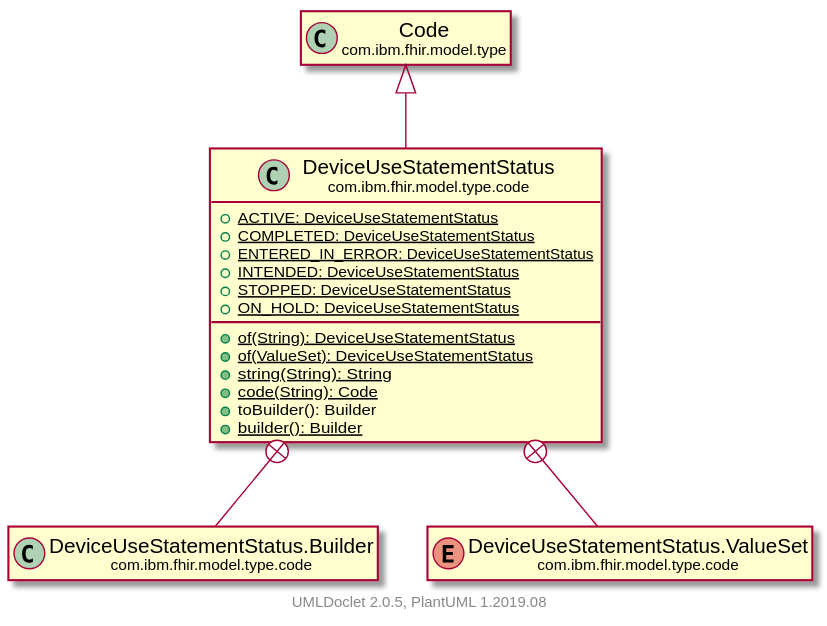
tumblewind/FHIR keeps this PlantUML diagram as javadocs/latest/com/ibm/fhir/model/type/code/DeviceUseStatementStatus.svg. Above is the earlier version.
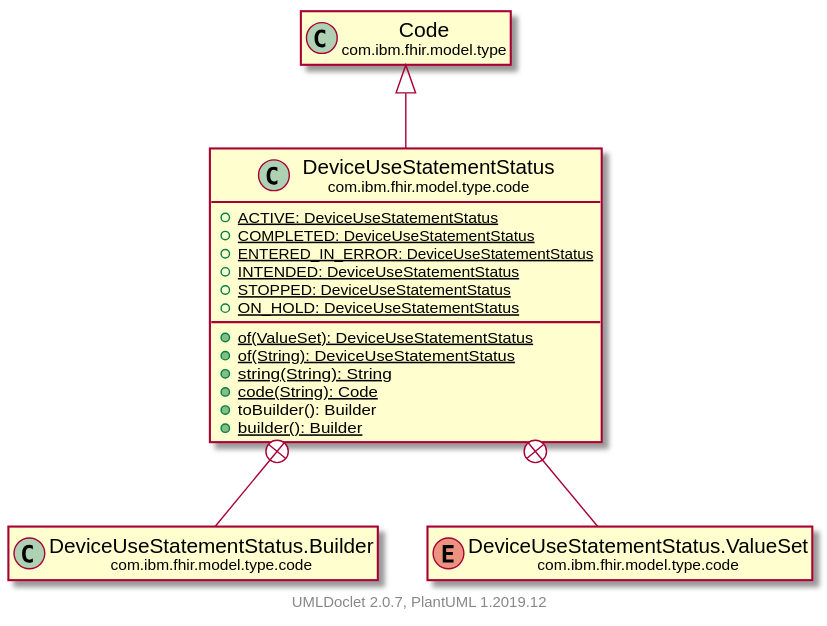
After the commit.

Change to the diagram source:
```diff
@@ -10,8 +10,8 @@
         {static} +INTENDED: DeviceUseStatementStatus
         {static} +STOPPED: DeviceUseStatementStatus
         {static} +ON_HOLD: DeviceUseStatementStatus
+        {static} +of(ValueSet): DeviceUseStatementStatus
         {static} +of(String): DeviceUseStatementStatus
-        {static} +of(ValueSet): DeviceUseStatementStatus
         {static} +string(String): String
         {static} +code(String): Code
         +toBuilder(): Builder
@@ -26,5 +26,5 @@
     com.ibm.fhir.model.type.code.DeviceUseStatementStatus +-- com.ibm.fhir.model.type.code.DeviceUseStatementStatus.Builder
     com.ibm.fhir.model.type.code.DeviceUseStatementStatus +-- com.ibm.fhir.model.type.code.DeviceUseStatementStatus.ValueSet
 
-    center footer UMLDoclet 2.0.5, PlantUML 1.2019.08
+    center footer UMLDoclet 2.0.7, PlantUML 1.2019.12
 @enduml
```
